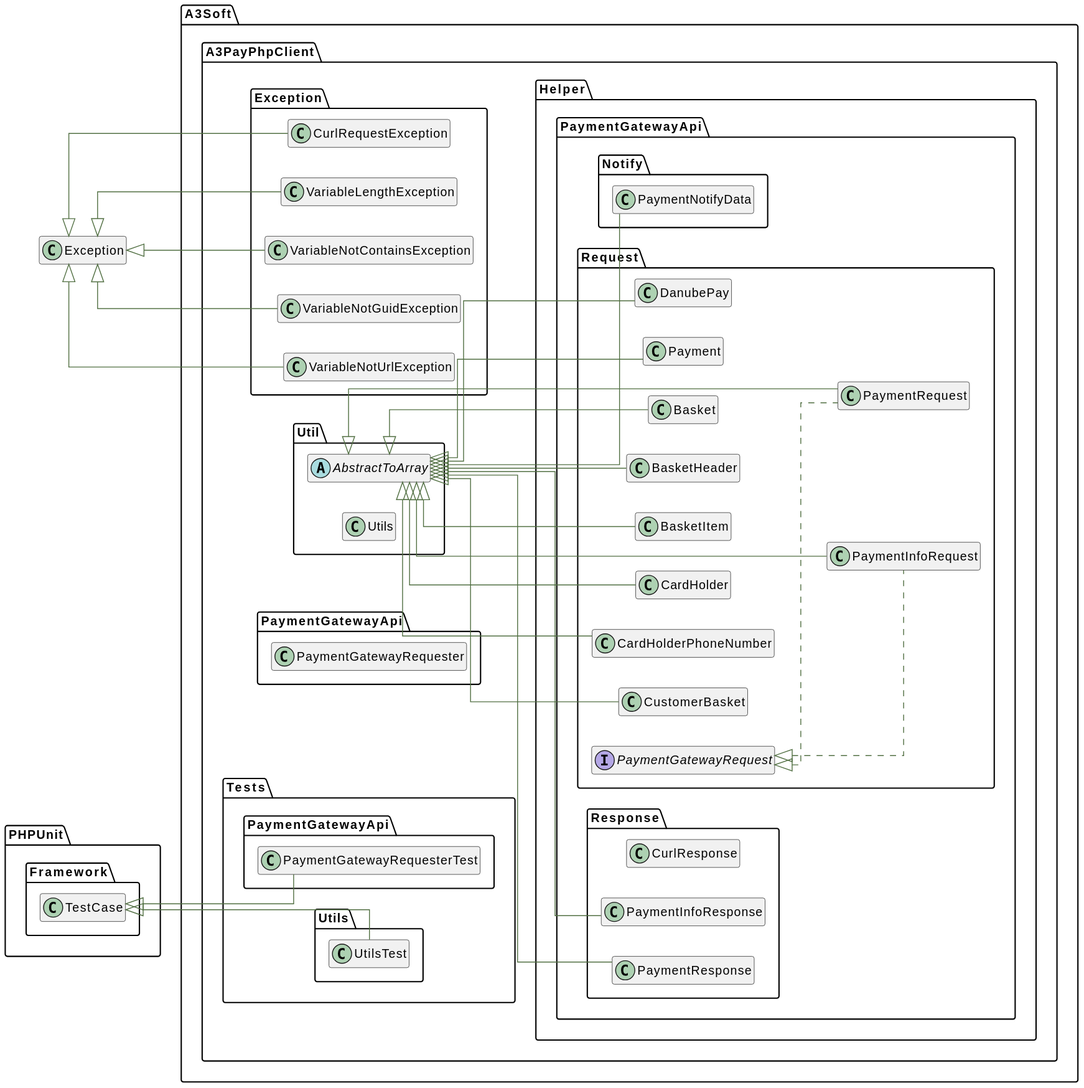
Before: build/api/graphs/classes.svg, a diagram exported from PlantUML (A3-Soft-Public/A3Pay-PHP-client-package).
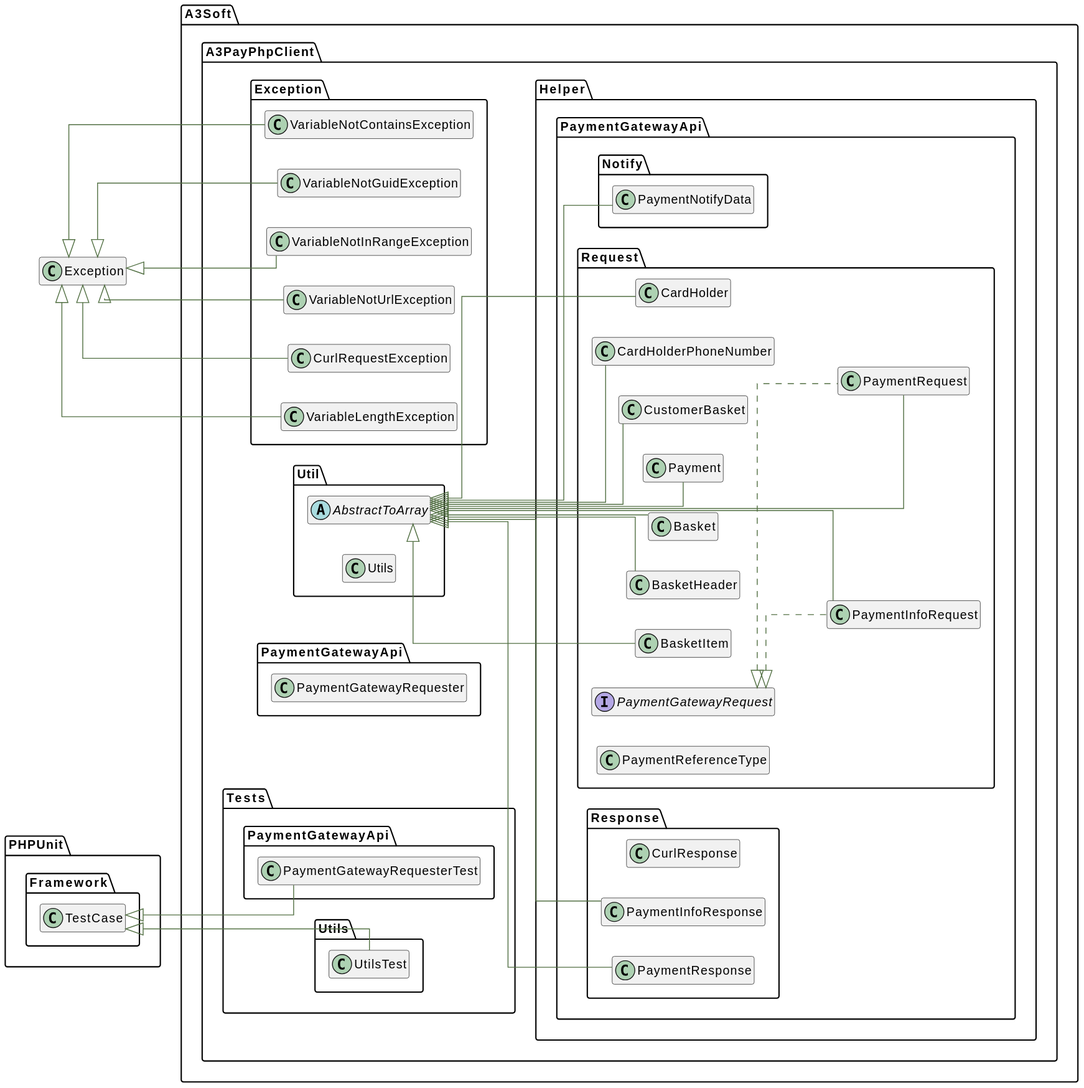
The same diagram one commit later.

Diff of the diagram source:
```diff
@@ -25,6 +25,9 @@
 class \\A3Soft\\A3PayPhpClient\\Exception\\VariableNotGuidException extends \\Exception {
 }
 
+class \\A3Soft\\A3PayPhpClient\\Exception\\VariableNotInRangeException extends \\Exception {
+}
+
 class \\A3Soft\\A3PayPhpClient\\Exception\\VariableNotUrlException extends \\Exception {
 }
 
@@ -49,13 +52,13 @@
 class \\A3Soft\\A3PayPhpClient\\Helper\\PaymentGatewayApi\\Request\\CustomerBasket extends \\A3Soft\\A3PayPhpClient\\Util\\AbstractToArray {
 }
 
-class \\A3Soft\\A3PayPhpClient\\Helper\\PaymentGatewayApi\\Request\\DanubePay extends \\A3Soft\\A3PayPhpClient\\Util\\AbstractToArray {
-}
-
 class \\A3Soft\\A3PayPhpClient\\Helper\\PaymentGatewayApi\\Request\\Payment extends \\A3Soft\\A3PayPhpClient\\Util\\AbstractToArray {
 }
 
 class \\A3Soft\\A3PayPhpClient\\Helper\\PaymentGatewayApi\\Request\\PaymentInfoRequest extends \\A3Soft\\A3PayPhpClient\\Util\\AbstractToArray implements \\A3Soft\\A3PayPhpClient\\Helper\\PaymentGatewayApi\\Request\\PaymentGatewayRequest {
+}
+
+class \\A3Soft\\A3PayPhpClient\\Helper\\PaymentGatewayApi\\Request\\PaymentReferenceType {
 }
 
 class \\A3Soft\\A3PayPhpClient\\Helper\\PaymentGatewayApi\\Request\\PaymentRequest extends \\A3Soft\\A3PayPhpClient\\Util\\AbstractToArray implements \\A3Soft\\A3PayPhpClient\\Helper\\PaymentGatewayApi\\Request\\PaymentGatewayRequest {
```
